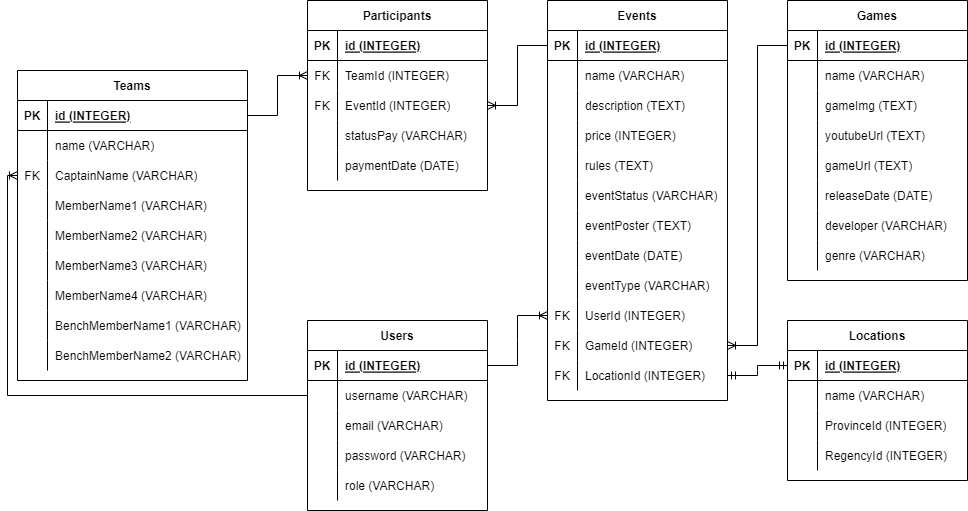
Before: refrences/ERD DB Schema/Gametive Schema ERD.png, a diagram exported from draw.io (YohKristian/Gametive). Source tidied: cells renumbered, new cells last; positions are measured from the earlier drawing's top-left corner, leaving out a move shared by most shapes.
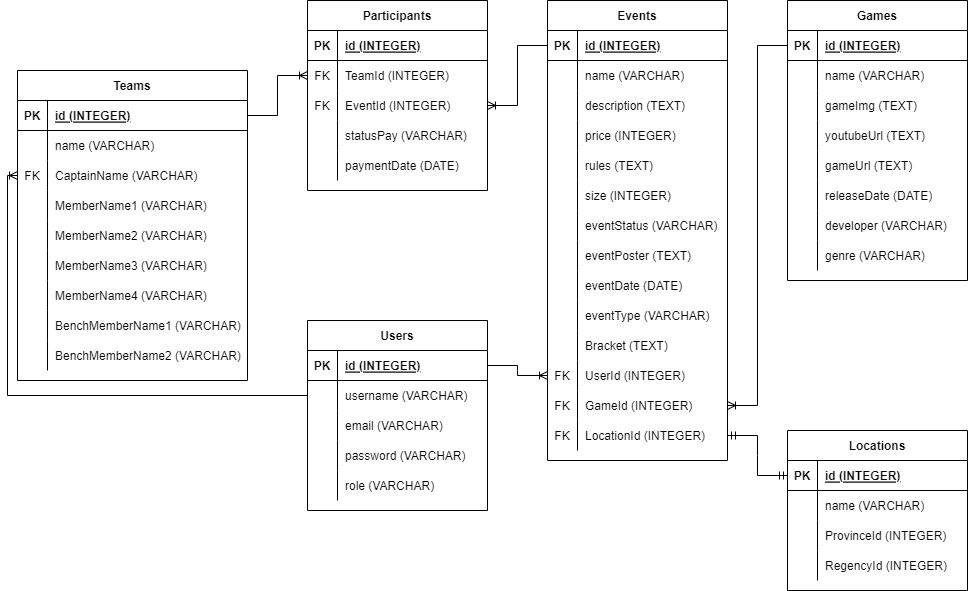
The same file after the commit.

Commit message:
update erd and constraint

Change to the diagram source:
```diff
@@ -51,7 +51,7 @@
       <mxGeometry x="30" width="150" height="30" as="geometry" />
     </mxCell>
     <mxCell id="18" value="Events" style="shape=table;startSize=30;rowLines=0;fontStyle=1;align=center;" parent="1" vertex="1">
-      <mxGeometry x="530" width="180" height="400" as="geometry" />
+      <mxGeometry x="530" width="180" height="460" as="geometry" />
     </mxCell>
     <mxCell id="19" style="shape=tableRow;horizontal=0;startSize=0;swimlaneHead=0;swimlaneBody=0;fillColor=none;points=[[0,0.5],[1,0.5]];portConstraint=eastwest;top=0;left=0;right=0;bottom=1;" parent="18" vertex="1">
       <mxGeometry y="30" width="180" height="30" as="geometry" />
@@ -98,8 +98,17 @@
     <mxCell id="33" value="rules (TEXT)" style="shape=partialRectangle;fillColor=none;top=0;left=0;bottom=0;right=0;align=left;spacingLeft=6;overflow=hidden;" parent="31" vertex="1">
       <mxGeometry x="30" width="150" height="30" as="geometry" />
     </mxCell>
+    <mxCell id="143" style="shape=tableRow;horizontal=0;startSize=0;swimlaneHead=0;swimlaneBody=0;fillColor=none;top=0;left=0;right=0;bottom=0;" parent="18" vertex="1">
+      <mxGeometry y="180" width="180" height="30" as="geometry" />
+    </mxCell>
+    <mxCell id="144" style="shape=partialRectangle;fillColor=none;top=0;left=0;bottom=0;right=0;overflow=hidden;" parent="143" vertex="1">
+      <mxGeometry width="30" height="30" as="geometry" />
+    </mxCell>
+    <mxCell id="145" value="size (INTEGER)" style="shape=partialRectangle;fillColor=none;top=0;left=0;bottom=0;right=0;align=left;spacingLeft=6;overflow=hidden;" parent="143" vertex="1">
+      <mxGeometry x="30" width="150" height="30" as="geometry" />
+    </mxCell>
     <mxCell id="34" style="shape=tableRow;horizontal=0;startSize=0;swimlaneHead=0;swimlaneBody=0;fillColor=none;top=0;left=0;right=0;bottom=0;" parent="18" vertex="1">
-      <mxGeometry y="180" width="180" height="30" as="geometry" />
+      <mxGeometry y="210" width="180" height="30" as="geometry" />
     </mxCell>
     <mxCell id="35" style="shape=partialRectangle;fillColor=none;top=0;left=0;bottom=0;right=0;overflow=hidden;" parent="34" vertex="1">
       <mxGeometry width="30" height="30" as="geometry" />
@@ -108,7 +117,7 @@
       <mxGeometry x="30" width="150" height="30" as="geometry" />
     </mxCell>
     <mxCell id="37" style="shape=tableRow;horizontal=0;startSize=0;swimlaneHead=0;swimlaneBody=0;fillColor=none;top=0;left=0;right=0;bottom=0;" parent="18" vertex="1">
-      <mxGeometry y="210" width="180" height="30" as="geometry" />
+      <mxGeometry y="240" width="180" height="30" as="geometry" />
     </mxCell>
     <mxCell id="38" style="shape=partialRectangle;fillColor=none;top=0;left=0;bottom=0;right=0;overflow=hidden;" parent="37" vertex="1">
       <mxGeometry width="30" height="30" as="geometry" />
@@ -117,7 +126,7 @@
       <mxGeometry x="30" width="150" height="30" as="geometry" />
     </mxCell>
     <mxCell id="40" style="shape=tableRow;horizontal=0;startSize=0;swimlaneHead=0;swimlaneBody=0;fillColor=none;top=0;left=0;right=0;bottom=0;" parent="18" vertex="1">
-      <mxGeometry y="240" width="180" height="30" as="geometry" />
+      <mxGeometry y="270" width="180" height="30" as="geometry" />
     </mxCell>
     <mxCell id="41" style="shape=partialRectangle;fillColor=none;top=0;left=0;bottom=0;right=0;overflow=hidden;" parent="40" vertex="1">
       <mxGeometry width="30" height="30" as="geometry" />
@@ -126,7 +135,7 @@
       <mxGeometry x="30" width="150" height="30" as="geometry" />
     </mxCell>
     <mxCell id="43" style="shape=tableRow;horizontal=0;startSize=0;swimlaneHead=0;swimlaneBody=0;fillColor=none;top=0;left=0;right=0;bottom=0;" parent="18" vertex="1">
-      <mxGeometry y="270" width="180" height="30" as="geometry" />
+      <mxGeometry y="300" width="180" height="30" as="geometry" />
     </mxCell>
     <mxCell id="44" style="shape=partialRectangle;fillColor=none;top=0;left=0;bottom=0;right=0;overflow=hidden;" parent="43" vertex="1">
       <mxGeometry width="30" height="30" as="geometry" />
@@ -134,8 +143,17 @@
     <mxCell id="45" value="eventType (VARCHAR)" style="shape=partialRectangle;fillColor=none;top=0;left=0;bottom=0;right=0;align=left;spacingLeft=6;overflow=hidden;" parent="43" vertex="1">
       <mxGeometry x="30" width="150" height="30" as="geometry" />
     </mxCell>
+    <mxCell id="146" style="shape=tableRow;horizontal=0;startSize=0;swimlaneHead=0;swimlaneBody=0;fillColor=none;top=0;left=0;right=0;bottom=0;" parent="18" vertex="1">
+      <mxGeometry y="330" width="180" height="30" as="geometry" />
+    </mxCell>
+    <mxCell id="147" style="shape=partialRectangle;fillColor=none;top=0;left=0;bottom=0;right=0;overflow=hidden;" parent="146" vertex="1">
+      <mxGeometry width="30" height="30" as="geometry" />
+    </mxCell>
+    <mxCell id="148" value="Bracket (TEXT)" style="shape=partialRectangle;fillColor=none;top=0;left=0;bottom=0;right=0;align=left;spacingLeft=6;overflow=hidden;" parent="146" vertex="1">
+      <mxGeometry x="30" width="150" height="30" as="geometry" />
+    </mxCell>
     <mxCell id="46" style="shape=tableRow;horizontal=0;startSize=0;swimlaneHead=0;swimlaneBody=0;fillColor=none;points=[[0,0.5],[1,0.5]];portConstraint=eastwest;top=0;left=0;right=0;bottom=0;" parent="18" vertex="1">
-      <mxGeometry y="300" width="180" height="30" as="geometry" />
+      <mxGeometry y="360" width="180" height="30" as="geometry" />
     </mxCell>
     <mxCell id="47" value="FK" style="shape=partialRectangle;fillColor=none;top=0;left=0;bottom=0;right=0;overflow=hidden;" parent="46" vertex="1">
       <mxGeometry width="30" height="30" as="geometry" />
@@ -144,7 +162,7 @@
       <mxGeometry x="30" width="150" height="30" as="geometry" />
     </mxCell>
     <mxCell id="49" style="shape=tableRow;horizontal=0;startSize=0;swimlaneHead=0;swimlaneBody=0;fillColor=none;points=[[0,0.5],[1,0.5]];portConstraint=eastwest;top=0;left=0;right=0;bottom=0;" parent="18" vertex="1">
-      <mxGeometry y="330" width="180" height="30" as="geometry" />
+      <mxGeometry y="390" width="180" height="30" as="geometry" />
     </mxCell>
     <mxCell id="50" value="FK" style="shape=partialRectangle;fillColor=none;top=0;left=0;bottom=0;right=0;overflow=hidden;" parent="49" vertex="1">
       <mxGeometry width="30" height="30" as="geometry" />
@@ -153,7 +171,7 @@
       <mxGeometry x="30" width="150" height="30" as="geometry" />
     </mxCell>
     <mxCell id="52" style="shape=tableRow;horizontal=0;startSize=0;swimlaneHead=0;swimlaneBody=0;fillColor=none;points=[[0,0.5],[1,0.5]];portConstraint=eastwest;top=0;left=0;right=0;bottom=0;" parent="18" vertex="1">
-      <mxGeometry y="360" width="180" height="30" as="geometry" />
+      <mxGeometry y="420" width="180" height="30" as="geometry" />
     </mxCell>
     <mxCell id="53" value="FK" style="shape=partialRectangle;fillColor=none;top=0;left=0;bottom=0;right=0;overflow=hidden;" parent="52" vertex="1">
       <mxGeometry width="30" height="30" as="geometry" />
@@ -243,7 +261,7 @@
       <mxGeometry relative="1" as="geometry" />
     </mxCell>
     <mxCell id="82" value="Locations" style="shape=table;startSize=30;rowLines=0;fontStyle=1;align=center;" parent="1" vertex="1">
-      <mxGeometry x="770" y="320" width="180" height="160" as="geometry" />
+      <mxGeometry x="770" y="430" width="180" height="160" as="geometry" />
     </mxCell>
     <mxCell id="83" style="shape=tableRow;horizontal=0;startSize=0;swimlaneHead=0;swimlaneBody=0;fillColor=none;points=[[0,0.5],[1,0.5]];portConstraint=eastwest;top=0;left=0;right=0;bottom=1;" parent="82" vertex="1">
       <mxGeometry y="30" width="180" height="30" as="geometry" />
```
